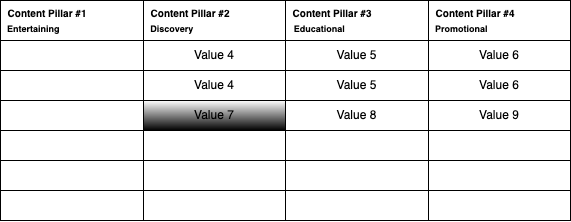
Above: Content Strategy Plan.drawio.png in Aggarwal-Bhavya/Case-Study-Graphs-And-Diagrams (draw.io), before the change. Source tidied: cells renumbered, new cells last; positions are measured from the earlier drawing's top-left corner, leaving out a move shared by most shapes.
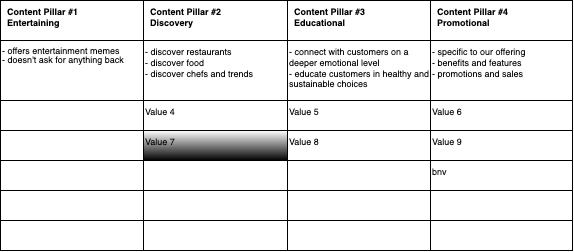
Above is the later version.

Change to the diagram source:
```diff
@@ -2,113 +2,116 @@
   <root>
     <mxCell id="0" />
     <mxCell id="1" parent="0" />
-    <mxCell id="2" style="shadow=0;fillColor=light-dark(#FFFFFF,#FFFFFF);strokeColor=default;" parent="1" vertex="1">
-      <mxGeometry width="570" height="220" as="geometry" />
+    <mxCell id="2" style="shadow=0;fillColor=light-dark(#FFFFFF,#FFFFFF);strokeColor=default;fontColor=light-dark(#000000,#000000);align=left;fontSize=9;verticalAlign=top;" parent="1" vertex="1">
+      <mxGeometry width="572" height="250" as="geometry" />
     </mxCell>
-    <mxCell id="3" style="shape=tableRow;horizontal=0;startSize=0;swimlaneHead=0;swimlaneBody=0;top=0;left=0;bottom=0;right=0;fontStyle=0;fillColor=light-dark(#FFFFFF,#FFFFFF);strokeColor=light-dark(#000000,#004C99);" parent="2" vertex="1">
-      <mxGeometry width="570" height="40" as="geometry" />
+    <mxCell id="3" style="shape=tableRow;horizontal=0;startSize=0;swimlaneHead=0;swimlaneBody=0;top=0;left=0;bottom=0;right=0;fontStyle=0;fillColor=light-dark(#FFFFFF,#FFFFFF);strokeColor=light-dark(#000000,#004C99);fontColor=light-dark(#000000,#000000);align=left;fontSize=9;verticalAlign=top;" parent="2" vertex="1">
+      <mxGeometry width="572" height="40" as="geometry" />
     </mxCell>
-    <mxCell id="4" value="&lt;font style=&quot;font-size: 10px;&quot;&gt;&lt;b style=&quot;&quot;&gt;&amp;nbsp; Content Pillar #1&lt;/b&gt;&lt;/font&gt;&lt;div&gt;&lt;font style=&quot;font-size: 9px;&quot;&gt;&lt;b&gt;&amp;nbsp; Entertaining&lt;/b&gt;&lt;/font&gt;&lt;/div&gt;" style="strokeColor=light-dark(#000000,#004C99);fillColor=light-dark(#FFFFFF,#0066CC);align=left;whiteSpace=wrap;html=1;" parent="3" vertex="1">
+    <mxCell id="4" value="&lt;font style=&quot;color: light-dark(rgb(0, 0, 0), rgb(255, 255, 255));&quot;&gt;&lt;b&gt;&amp;nbsp; Content Pillar #1&lt;/b&gt;&lt;/font&gt;&lt;div&gt;&lt;font style=&quot;color: light-dark(rgb(0, 0, 0), rgb(255, 255, 255));&quot;&gt;&lt;b&gt;&amp;nbsp; Entertaining&lt;/b&gt;&lt;/font&gt;&lt;/div&gt;" style="strokeColor=light-dark(#000000,#004C99);fillColor=light-dark(#FFFFFF,#0066CC);align=left;whiteSpace=wrap;html=1;fontColor=light-dark(#000000,#000000);fontSize=9;verticalAlign=top;" parent="3" vertex="1">
       <mxGeometry width="143" height="40" as="geometry" />
     </mxCell>
-    <mxCell id="5" value="&lt;b style=&quot;font-size: x-small;&quot;&gt;&amp;nbsp; Content Pillar #2&lt;/b&gt;&lt;div&gt;&lt;b style=&quot;font-size: x-small;&quot;&gt;&amp;nbsp;&lt;/b&gt;&lt;b style=&quot;&quot;&gt;&lt;font style=&quot;font-size: 9px;&quot;&gt; Discovery&lt;/font&gt;&lt;/b&gt;&lt;/div&gt;" style="strokeColor=light-dark(#000000,#004C99);fillColor=light-dark(#FFFFFF,#0066CC);align=left;whiteSpace=wrap;html=1;" parent="3" vertex="1">
-      <mxGeometry x="143" width="142" height="40" as="geometry" />
+    <mxCell id="5" value="&lt;b&gt;&lt;font style=&quot;color: light-dark(rgb(0, 0, 0), rgb(255, 255, 255));&quot;&gt;&amp;nbsp; Content Pillar #2&lt;/font&gt;&lt;/b&gt;&lt;div&gt;&lt;font style=&quot;color: light-dark(rgb(0, 0, 0), rgb(255, 255, 255));&quot;&gt;&lt;b&gt;&amp;nbsp;&lt;/b&gt;&lt;b&gt;&lt;font&gt; Discovery&lt;/font&gt;&lt;/b&gt;&lt;/font&gt;&lt;/div&gt;" style="strokeColor=light-dark(#000000,#004C99);fillColor=light-dark(#FFFFFF,#0066CC);align=left;whiteSpace=wrap;html=1;fontColor=light-dark(#000000,#000000);fontSize=9;verticalAlign=top;" parent="3" vertex="1">
+      <mxGeometry x="143" width="144" height="40" as="geometry" />
     </mxCell>
-    <mxCell id="6" value="&lt;b style=&quot;font-size: x-small;&quot;&gt;&amp;nbsp; Content Pillar #3&lt;span style=&quot;white-space: pre;&quot;&gt;&#9;&lt;/span&gt;&lt;/b&gt;&lt;div&gt;&amp;nbsp; &lt;b&gt;&lt;font style=&quot;font-size: 9px;&quot;&gt;Educational&lt;/font&gt;&lt;/b&gt;&lt;/div&gt;" style="strokeColor=light-dark(#000000,#004C99);fillColor=light-dark(#FFFFFF,#0066CC);align=left;whiteSpace=wrap;html=1;" parent="3" vertex="1">
-      <mxGeometry x="285" width="143" height="40" as="geometry" />
+    <mxCell id="6" value="&lt;b&gt;&lt;font style=&quot;color: light-dark(rgb(0, 0, 0), rgb(255, 255, 255));&quot;&gt;&amp;nbsp; Content Pillar #3&lt;span style=&quot;white-space: pre;&quot;&gt;&#9;&lt;/span&gt;&lt;/font&gt;&lt;/b&gt;&lt;div&gt;&lt;font style=&quot;color: light-dark(rgb(0, 0, 0), rgb(255, 255, 255));&quot;&gt;&amp;nbsp; &lt;b&gt;&lt;font&gt;Educational&lt;/font&gt;&lt;/b&gt;&lt;/font&gt;&lt;/div&gt;" style="strokeColor=light-dark(#000000,#004C99);fillColor=light-dark(#FFFFFF,#0066CC);align=left;whiteSpace=wrap;html=1;fontColor=light-dark(#000000,#000000);fontSize=9;verticalAlign=top;" parent="3" vertex="1">
+      <mxGeometry x="287" width="143" height="40" as="geometry" />
     </mxCell>
-    <mxCell id="7" value="&lt;b style=&quot;font-size: x-small;&quot;&gt;&amp;nbsp; Content Pillar #4&lt;/b&gt;&lt;div&gt;&lt;b style=&quot;&quot;&gt;&lt;font style=&quot;font-size: 9px;&quot;&gt;&amp;nbsp; Promotional&lt;/font&gt;&lt;/b&gt;&lt;/div&gt;" style="strokeColor=light-dark(#000000,#004C99);fillColor=light-dark(#FFFFFF,#0066CC);align=left;whiteSpace=wrap;html=1;" parent="3" vertex="1">
-      <mxGeometry x="428" width="142" height="40" as="geometry" />
+    <mxCell id="7" value="&lt;b&gt;&lt;font style=&quot;color: light-dark(rgb(0, 0, 0), rgb(255, 255, 255));&quot;&gt;&amp;nbsp; Content Pillar #4&lt;/font&gt;&lt;/b&gt;&lt;div&gt;&lt;b&gt;&lt;font style=&quot;color: light-dark(rgb(0, 0, 0), rgb(255, 255, 255));&quot;&gt;&amp;nbsp; Promotional&lt;/font&gt;&lt;/b&gt;&lt;/div&gt;" style="strokeColor=light-dark(#000000,#004C99);fillColor=light-dark(#FFFFFF,#0066CC);align=left;whiteSpace=wrap;html=1;fontColor=light-dark(#000000,#000000);fontSize=9;verticalAlign=top;" parent="3" vertex="1">
+      <mxGeometry x="430" width="142" height="40" as="geometry" />
     </mxCell>
-    <mxCell id="8" style="shape=tableRow;horizontal=0;startSize=0;swimlaneHead=0;swimlaneBody=0;top=0;left=0;bottom=0;right=0;fontStyle=0;fillColor=light-dark(#FFFFFF,#FFFFFF);strokeColor=light-dark(#000000,#004C99);fontColor=light-dark(#000000,#000000);" parent="2" vertex="1">
-      <mxGeometry y="40" width="570" height="30" as="geometry" />
+    <mxCell id="8" style="shape=tableRow;horizontal=0;startSize=0;swimlaneHead=0;swimlaneBody=0;top=0;left=0;bottom=0;right=0;fontStyle=0;labelBackgroundColor=none;fontColor=none;noLabel=1;align=left;fontSize=9;verticalAlign=top;" parent="2" vertex="1">
+      <mxGeometry y="40" width="572" height="60" as="geometry" />
     </mxCell>
-    <mxCell id="9" style="strokeColor=light-dark(#000000,#004C99);fillColor=light-dark(#FFFFFF,#FFFFFF);align=center;whiteSpace=wrap;html=1;labelBackgroundColor=default;" parent="8" vertex="1">
-      <mxGeometry width="143" height="30" as="geometry" />
+    <mxCell id="9" value="&lt;span style=&quot;background-color: light-dark(rgb(255, 255, 255), rgb(255, 255, 255));&quot;&gt;snc&lt;/span&gt;" style="strokeColor=light-dark(#000000,#004C99);fillColor=light-dark(#FFFFFF,#FFFFFF);align=left;whiteSpace=wrap;html=1;labelBackgroundColor=default;fontColor=light-dark(#000000,#000000);fontSize=9;verticalAlign=top;" parent="8" vertex="1">
+      <mxGeometry width="143" height="60" as="geometry" />
     </mxCell>
-    <mxCell id="10" value="Value 4" style="strokeColor=light-dark(#000000,#004C99);fillColor=light-dark(#FFFFFF,#FFFFFF);align=center;whiteSpace=wrap;html=1;" parent="8" vertex="1">
-      <mxGeometry x="143" width="142" height="30" as="geometry" />
+    <mxCell id="10" value="- discover restaurants&lt;div&gt;- discover food&lt;/div&gt;&lt;div&gt;- discover chefs and trends&lt;/div&gt;" style="strokeColor=light-dark(#000000,#004C99);fillColor=light-dark(#FFFFFF,#FFFFFF);align=left;whiteSpace=wrap;html=1;fontColor=light-dark(#000000,#000000);fontSize=9;verticalAlign=top;" parent="8" vertex="1">
+      <mxGeometry x="143" width="144" height="60" as="geometry" />
     </mxCell>
-    <mxCell id="11" value="Value 5" style="strokeColor=light-dark(#000000,#004C99);fillColor=light-dark(#FFFFFF,#FFFFFF);align=center;whiteSpace=wrap;html=1;" parent="8" vertex="1">
-      <mxGeometry x="285" width="143" height="30" as="geometry" />
+    <mxCell id="11" value="- connect with customers on a deeper emotional level&lt;div&gt;- educate customers in healthy and sustainable choices&lt;/div&gt;" style="strokeColor=light-dark(#000000,#004C99);fillColor=light-dark(#FFFFFF,#FFFFFF);align=left;whiteSpace=wrap;html=1;fontColor=light-dark(#000000,#000000);fontSize=9;verticalAlign=top;" parent="8" vertex="1">
+      <mxGeometry x="287" width="143" height="60" as="geometry" />
     </mxCell>
-    <mxCell id="12" value="Value 6" style="strokeColor=light-dark(#000000,#004C99);fillColor=light-dark(#FFFFFF,#FFFFFF);align=center;whiteSpace=wrap;html=1;" parent="8" vertex="1">
-      <mxGeometry x="428" width="142" height="30" as="geometry" />
+    <mxCell id="12" value="- specific to our offering&lt;div&gt;- benefits and features&lt;/div&gt;&lt;div&gt;- promotions and sales&lt;/div&gt;" style="strokeColor=light-dark(#000000,#004C99);fillColor=light-dark(#FFFFFF,#FFFFFF);align=left;whiteSpace=wrap;html=1;fontColor=light-dark(#000000,#000000);fontSize=9;verticalAlign=top;" parent="8" vertex="1">
+      <mxGeometry x="430" width="142" height="60" as="geometry" />
     </mxCell>
-    <mxCell id="13" style="shape=tableRow;horizontal=0;startSize=0;swimlaneHead=0;swimlaneBody=0;top=0;left=0;bottom=0;right=0;fontStyle=0;fillColor=light-dark(#FFFFFF,#FFFFFF);strokeColor=light-dark(#000000,#004C99);" parent="2" vertex="1">
-      <mxGeometry y="70" width="570" height="30" as="geometry" />
+    <mxCell id="13" style="shape=tableRow;horizontal=0;startSize=0;swimlaneHead=0;swimlaneBody=0;top=0;left=0;bottom=0;right=0;fontStyle=0;fillColor=light-dark(#FFFFFF,#FFFFFF);strokeColor=light-dark(#000000,#004C99);fontColor=light-dark(#000000,#000000);align=left;fontSize=9;verticalAlign=top;" parent="2" vertex="1">
+      <mxGeometry y="100" width="572" height="30" as="geometry" />
     </mxCell>
-    <mxCell id="14" style="strokeColor=light-dark(#000000,#004C99);fillColor=light-dark(#FFFFFF,#FFFFFF);align=center;whiteSpace=wrap;html=1;" parent="13" vertex="1">
+    <mxCell id="14" style="strokeColor=light-dark(#000000,#004C99);fillColor=light-dark(#FFFFFF,#FFFFFF);align=left;whiteSpace=wrap;html=1;fontColor=light-dark(#000000,#000000);fontSize=9;verticalAlign=top;" parent="13" vertex="1">
       <mxGeometry width="143" height="30" as="geometry" />
     </mxCell>
-    <mxCell id="15" value="Value 4" style="strokeColor=light-dark(#000000,#004C99);fillColor=light-dark(#FFFFFF,#FFFFFF);align=center;whiteSpace=wrap;html=1;" parent="13" vertex="1">
-      <mxGeometry x="143" width="142" height="30" as="geometry" />
+    <mxCell id="15" value="Value 4" style="strokeColor=light-dark(#000000,#004C99);fillColor=light-dark(#FFFFFF,#FFFFFF);align=left;whiteSpace=wrap;html=1;fontColor=light-dark(#000000,#000000);fontSize=9;verticalAlign=top;" parent="13" vertex="1">
+      <mxGeometry x="143" width="144" height="30" as="geometry" />
     </mxCell>
-    <mxCell id="16" value="Value 5" style="strokeColor=light-dark(#000000,#004C99);fillColor=light-dark(#FFFFFF,#FFFFFF);align=center;whiteSpace=wrap;html=1;" parent="13" vertex="1">
-      <mxGeometry x="285" width="143" height="30" as="geometry" />
+    <mxCell id="16" value="Value 5" style="strokeColor=light-dark(#000000,#004C99);fillColor=light-dark(#FFFFFF,#FFFFFF);align=left;whiteSpace=wrap;html=1;fontColor=light-dark(#000000,#000000);fontSize=9;verticalAlign=top;" parent="13" vertex="1">
+      <mxGeometry x="287" width="143" height="30" as="geometry" />
     </mxCell>
-    <mxCell id="17" value="Value 6" style="strokeColor=light-dark(#000000,#004C99);fillColor=light-dark(#FFFFFF,#FFFFFF);align=center;whiteSpace=wrap;html=1;" parent="13" vertex="1">
-      <mxGeometry x="428" width="142" height="30" as="geometry" />
+    <mxCell id="17" value="&lt;font&gt;Value 6&lt;/font&gt;" style="strokeColor=light-dark(#000000,#004C99);fillColor=light-dark(#FFFFFF,#FFFFFF);align=left;whiteSpace=wrap;html=1;fontColor=light-dark(#000000,#000000);fontSize=9;verticalAlign=top;" parent="13" vertex="1">
+      <mxGeometry x="430" width="142" height="30" as="geometry" />
     </mxCell>
-    <mxCell id="18" style="shape=tableRow;horizontal=0;startSize=0;swimlaneHead=0;swimlaneBody=0;top=0;left=0;bottom=0;right=0;fontStyle=0;fillColor=light-dark(#FFFFFF,#FFFFFF);strokeColor=light-dark(#000000,#004C99);" parent="2" vertex="1">
-      <mxGeometry y="100" width="570" height="30" as="geometry" />
+    <mxCell id="18" style="shape=tableRow;horizontal=0;startSize=0;swimlaneHead=0;swimlaneBody=0;top=0;left=0;bottom=0;right=0;fontStyle=0;fillColor=light-dark(#FFFFFF,#FFFFFF);strokeColor=light-dark(#000000,#004C99);fontColor=light-dark(#000000,#000000);align=left;fontSize=9;verticalAlign=top;" parent="2" vertex="1">
+      <mxGeometry y="130" width="572" height="30" as="geometry" />
     </mxCell>
-    <mxCell id="19" style="strokeColor=light-dark(#000000,#004C99);fillColor=light-dark(#FFFFFF,#FFFFFF);align=center;whiteSpace=wrap;html=1;" parent="18" vertex="1">
+    <mxCell id="19" style="strokeColor=light-dark(#000000,#004C99);fillColor=light-dark(#FFFFFF,#FFFFFF);align=left;whiteSpace=wrap;html=1;fontColor=light-dark(#000000,#000000);fontSize=9;verticalAlign=top;" parent="18" vertex="1">
       <mxGeometry width="143" height="30" as="geometry" />
     </mxCell>
-    <mxCell id="20" value="Value 7" style="strokeColor=light-dark(#000000,#004C99);fillColor=light-dark(#FFFFFF,#FFFFFF);align=center;whiteSpace=wrap;html=1;gradientColor=default;" parent="18" vertex="1">
-      <mxGeometry x="143" width="142" height="30" as="geometry" />
+    <mxCell id="20" value="Value 7" style="strokeColor=light-dark(#000000,#004C99);fillColor=light-dark(#FFFFFF,#FFFFFF);align=left;whiteSpace=wrap;html=1;gradientColor=default;fontColor=light-dark(#000000,#000000);fontSize=9;verticalAlign=top;" parent="18" vertex="1">
+      <mxGeometry x="143" width="144" height="30" as="geometry" />
     </mxCell>
-    <mxCell id="21" value="Value 8" style="strokeColor=light-dark(#000000,#004C99);fillColor=light-dark(#FFFFFF,#FFFFFF);align=center;whiteSpace=wrap;html=1;" parent="18" vertex="1">
-      <mxGeometry x="285" width="143" height="30" as="geometry" />
+    <mxCell id="21" value="Value 8" style="strokeColor=light-dark(#000000,#004C99);fillColor=light-dark(#FFFFFF,#FFFFFF);align=left;whiteSpace=wrap;html=1;fontColor=light-dark(#000000,#000000);fontSize=9;verticalAlign=top;" parent="18" vertex="1">
+      <mxGeometry x="287" width="143" height="30" as="geometry" />
     </mxCell>
-    <mxCell id="22" value="Value 9" style="strokeColor=light-dark(#000000,#004C99);fillColor=light-dark(#FFFFFF,#FFFFFF);align=center;whiteSpace=wrap;html=1;" parent="18" vertex="1">
-      <mxGeometry x="428" width="142" height="30" as="geometry" />
+    <mxCell id="22" value="&lt;font&gt;Value 9&lt;/font&gt;" style="strokeColor=light-dark(#000000,#004C99);fillColor=light-dark(#FFFFFF,#FFFFFF);align=left;whiteSpace=wrap;html=1;fontColor=light-dark(#000000,#000000);fontSize=9;verticalAlign=top;" parent="18" vertex="1">
+      <mxGeometry x="430" width="142" height="30" as="geometry" />
     </mxCell>
-    <mxCell id="23" style="shape=tableRow;horizontal=0;startSize=0;swimlaneHead=0;swimlaneBody=0;top=0;left=0;bottom=0;right=0;fontStyle=0;fillColor=light-dark(#FFFFFF,#FFFFFF);strokeColor=light-dark(#000000,#004C99);" parent="2" vertex="1">
-      <mxGeometry y="130" width="570" height="30" as="geometry" />
+    <mxCell id="23" style="shape=tableRow;horizontal=0;startSize=0;swimlaneHead=0;swimlaneBody=0;top=0;left=0;bottom=0;right=0;fontStyle=0;fillColor=light-dark(#FFFFFF,#FFFFFF);strokeColor=light-dark(#000000,#004C99);fontColor=light-dark(#000000,#000000);align=left;fontSize=9;verticalAlign=top;" parent="2" vertex="1">
+      <mxGeometry y="160" width="572" height="30" as="geometry" />
     </mxCell>
-    <mxCell id="24" style="strokeColor=light-dark(#000000,#004C99);fillColor=light-dark(#FFFFFF,#FFFFFF);align=center;whiteSpace=wrap;html=1;" parent="23" vertex="1">
+    <mxCell id="24" style="strokeColor=light-dark(#000000,#004C99);fillColor=light-dark(#FFFFFF,#FFFFFF);align=left;whiteSpace=wrap;html=1;fontColor=light-dark(#000000,#000000);fontSize=9;verticalAlign=top;" parent="23" vertex="1">
       <mxGeometry width="143" height="30" as="geometry" />
     </mxCell>
-    <mxCell id="25" style="strokeColor=light-dark(#000000,#004C99);fillColor=light-dark(#FFFFFF,#FFFFFF);align=center;whiteSpace=wrap;html=1;" parent="23" vertex="1">
-      <mxGeometry x="143" width="142" height="30" as="geometry" />
+    <mxCell id="25" style="strokeColor=light-dark(#000000,#004C99);fillColor=light-dark(#FFFFFF,#FFFFFF);align=left;whiteSpace=wrap;html=1;fontColor=light-dark(#000000,#000000);fontSize=9;verticalAlign=top;" parent="23" vertex="1">
+      <mxGeometry x="143" width="144" height="30" as="geometry" />
     </mxCell>
-    <mxCell id="26" style="strokeColor=inherit;fillColor=light-dark(#FFFFFF,#FFFFFF);align=center;whiteSpace=wrap;html=1;" parent="23" vertex="1">
-      <mxGeometry x="285" width="143" height="30" as="geometry" />
+    <mxCell id="26" style="strokeColor=inherit;fillColor=light-dark(#FFFFFF,#FFFFFF);align=left;whiteSpace=wrap;html=1;fontColor=light-dark(#000000,#000000);fontSize=9;verticalAlign=top;" parent="23" vertex="1">
+      <mxGeometry x="287" width="143" height="30" as="geometry" />
     </mxCell>
-    <mxCell id="27" style="strokeColor=light-dark(#000000,#004C99);fillColor=light-dark(#FFFFFF,#FFFFFF);align=center;whiteSpace=wrap;html=1;" parent="23" vertex="1">
-      <mxGeometry x="428" width="142" height="30" as="geometry" />
+    <mxCell id="27" value="bnv" style="strokeColor=light-dark(#000000,#004C99);fillColor=light-dark(#FFFFFF,#FFFFFF);align=left;whiteSpace=wrap;html=1;fontColor=light-dark(#000000,#000000);fontSize=9;verticalAlign=top;" parent="23" vertex="1">
+      <mxGeometry x="430" width="142" height="30" as="geometry" />
     </mxCell>
-    <mxCell id="28" style="shape=tableRow;horizontal=0;startSize=0;swimlaneHead=0;swimlaneBody=0;top=0;left=0;bottom=0;right=0;fontStyle=0;fillColor=light-dark(#FFFFFF,#FFFFFF);strokeColor=light-dark(#000000,#004C99);" parent="2" vertex="1">
-      <mxGeometry y="160" width="570" height="30" as="geometry" />
+    <mxCell id="28" style="shape=tableRow;horizontal=0;startSize=0;swimlaneHead=0;swimlaneBody=0;top=0;left=0;bottom=0;right=0;fontStyle=0;fillColor=light-dark(#FFFFFF,#FFFFFF);strokeColor=light-dark(#000000,#004C99);fontColor=light-dark(#000000,#000000);align=left;fontSize=9;verticalAlign=top;" parent="2" vertex="1">
+      <mxGeometry y="190" width="572" height="30" as="geometry" />
     </mxCell>
-    <mxCell id="29" style="strokeColor=light-dark(#000000,#004C99);fillColor=light-dark(#FFFFFF,#FFFFFF);align=center;whiteSpace=wrap;html=1;" parent="28" vertex="1">
+    <mxCell id="29" style="strokeColor=light-dark(#000000,#004C99);fillColor=light-dark(#FFFFFF,#FFFFFF);align=left;whiteSpace=wrap;html=1;fontColor=light-dark(#000000,#000000);fontSize=9;verticalAlign=top;" parent="28" vertex="1">
       <mxGeometry width="143" height="30" as="geometry" />
     </mxCell>
-    <mxCell id="30" style="strokeColor=light-dark(#000000,#004C99);fillColor=light-dark(#FFFFFF,#FFFFFF);align=center;whiteSpace=wrap;html=1;" parent="28" vertex="1">
-      <mxGeometry x="143" width="142" height="30" as="geometry" />
+    <mxCell id="30" style="strokeColor=light-dark(#000000,#004C99);fillColor=light-dark(#FFFFFF,#FFFFFF);align=left;whiteSpace=wrap;html=1;fontColor=light-dark(#000000,#000000);fontSize=9;verticalAlign=top;" parent="28" vertex="1">
+      <mxGeometry x="143" width="144" height="30" as="geometry" />
     </mxCell>
-    <mxCell id="31" style="strokeColor=light-dark(#000000,#004C99);fillColor=light-dark(#FFFFFF,#FFFFFF);align=center;whiteSpace=wrap;html=1;" parent="28" vertex="1">
-      <mxGeometry x="285" width="143" height="30" as="geometry" />
+    <mxCell id="31" style="strokeColor=light-dark(#000000,#004C99);fillColor=light-dark(#FFFFFF,#FFFFFF);align=left;whiteSpace=wrap;html=1;fontColor=light-dark(#000000,#000000);fontSize=9;verticalAlign=top;" parent="28" vertex="1">
+      <mxGeometry x="287" width="143" height="30" as="geometry" />
     </mxCell>
-    <mxCell id="32" style="strokeColor=light-dark(#000000,#004C99);fillColor=light-dark(#FFFFFF,#FFFFFF);align=center;whiteSpace=wrap;html=1;" parent="28" vertex="1">
-      <mxGeometry x="428" width="142" height="30" as="geometry" />
+    <mxCell id="32" style="strokeColor=light-dark(#000000,#004C99);fillColor=light-dark(#FFFFFF,#FFFFFF);align=left;whiteSpace=wrap;html=1;fontColor=light-dark(#000000,#000000);fontSize=9;verticalAlign=top;" parent="28" vertex="1">
+      <mxGeometry x="430" width="142" height="30" as="geometry" />
     </mxCell>
-    <mxCell id="33" style="shape=tableRow;horizontal=0;startSize=0;swimlaneHead=0;swimlaneBody=0;top=0;left=0;bottom=0;right=0;fontStyle=0;fillColor=light-dark(#FFFFFF,#FFFFFF);strokeColor=light-dark(#000000,#004C99);" parent="2" vertex="1">
-      <mxGeometry y="190" width="570" height="30" as="geometry" />
+    <mxCell id="33" style="shape=tableRow;horizontal=0;startSize=0;swimlaneHead=0;swimlaneBody=0;top=0;left=0;bottom=0;right=0;fontStyle=0;fillColor=light-dark(#FFFFFF,#FFFFFF);strokeColor=light-dark(#000000,#004C99);fontColor=light-dark(#000000,#000000);align=left;fontSize=9;verticalAlign=top;" parent="2" vertex="1">
+      <mxGeometry y="220" width="572" height="30" as="geometry" />
     </mxCell>
-    <mxCell id="34" style="strokeColor=light-dark(#000000,#004C99);fillColor=light-dark(#FFFFFF,#FFFFFF);align=center;whiteSpace=wrap;html=1;" parent="33" vertex="1">
+    <mxCell id="34" style="strokeColor=light-dark(#000000,#004C99);fillColor=light-dark(#FFFFFF,#FFFFFF);align=left;whiteSpace=wrap;html=1;fontColor=light-dark(#000000,#000000);fontSize=9;verticalAlign=top;" parent="33" vertex="1">
       <mxGeometry width="143" height="30" as="geometry" />
     </mxCell>
-    <mxCell id="35" style="strokeColor=light-dark(#000000,#004C99);fillColor=light-dark(#FFFFFF,#FFFFFF);align=center;whiteSpace=wrap;html=1;" parent="33" vertex="1">
-      <mxGeometry x="143" width="142" height="30" as="geometry" />
+    <mxCell id="35" style="strokeColor=light-dark(#000000,#004C99);fillColor=light-dark(#FFFFFF,#FFFFFF);align=left;whiteSpace=wrap;html=1;fontColor=light-dark(#000000,#000000);fontSize=9;verticalAlign=top;" parent="33" vertex="1">
+      <mxGeometry x="143" width="144" height="30" as="geometry" />
     </mxCell>
-    <mxCell id="36" style="strokeColor=light-dark(#000000,#004C99);fillColor=light-dark(#FFFFFF,#FFFFFF);align=center;whiteSpace=wrap;html=1;" parent="33" vertex="1">
-      <mxGeometry x="285" width="143" height="30" as="geometry" />
+    <mxCell id="36" style="strokeColor=light-dark(#000000,#004C99);fillColor=light-dark(#FFFFFF,#FFFFFF);align=left;whiteSpace=wrap;html=1;fontColor=light-dark(#000000,#000000);fontSize=9;verticalAlign=top;" parent="33" vertex="1">
+      <mxGeometry x="287" width="143" height="30" as="geometry" />
     </mxCell>
-    <mxCell id="37" style="strokeColor=light-dark(#000000,#004C99);fillColor=light-dark(#FFFFFF,#FFFFFF);align=center;whiteSpace=wrap;html=1;" parent="33" vertex="1">
-      <mxGeometry x="428" width="142" height="30" as="geometry" />
+    <mxCell id="37" style="strokeColor=light-dark(#000000,#004C99);fillColor=light-dark(#FFFFFF,#FFFFFF);align=left;whiteSpace=wrap;html=1;fontColor=light-dark(#000000,#000000);fontSize=9;verticalAlign=top;" parent="33" vertex="1">
+      <mxGeometry x="430" width="142" height="30" as="geometry" />
     </mxCell>
+    <mxCell id="38" value="&lt;div style=&quot;line-height: 100%;&quot;&gt;&lt;font style=&quot;line-height: 100%;&quot;&gt;- offers entertainment memes&lt;/font&gt;&lt;div&gt;&lt;font style=&quot;line-height: 100%;&quot;&gt;- doesn't ask for anything back&lt;/font&gt;&lt;/div&gt;&lt;/div&gt;" style="strokeColor=light-dark(#000000,#004C99);fillColor=light-dark(#FFFFFF,#FFFFFF);align=left;whiteSpace=wrap;html=1;fontColor=light-dark(#000000,#000000);fontSize=9;verticalAlign=top;" parent="1" vertex="1">
+      <mxGeometry y="40" width="143" height="60" as="geometry" />
+    </mxCell>
   </root>
 </mxGraphModel>
```
